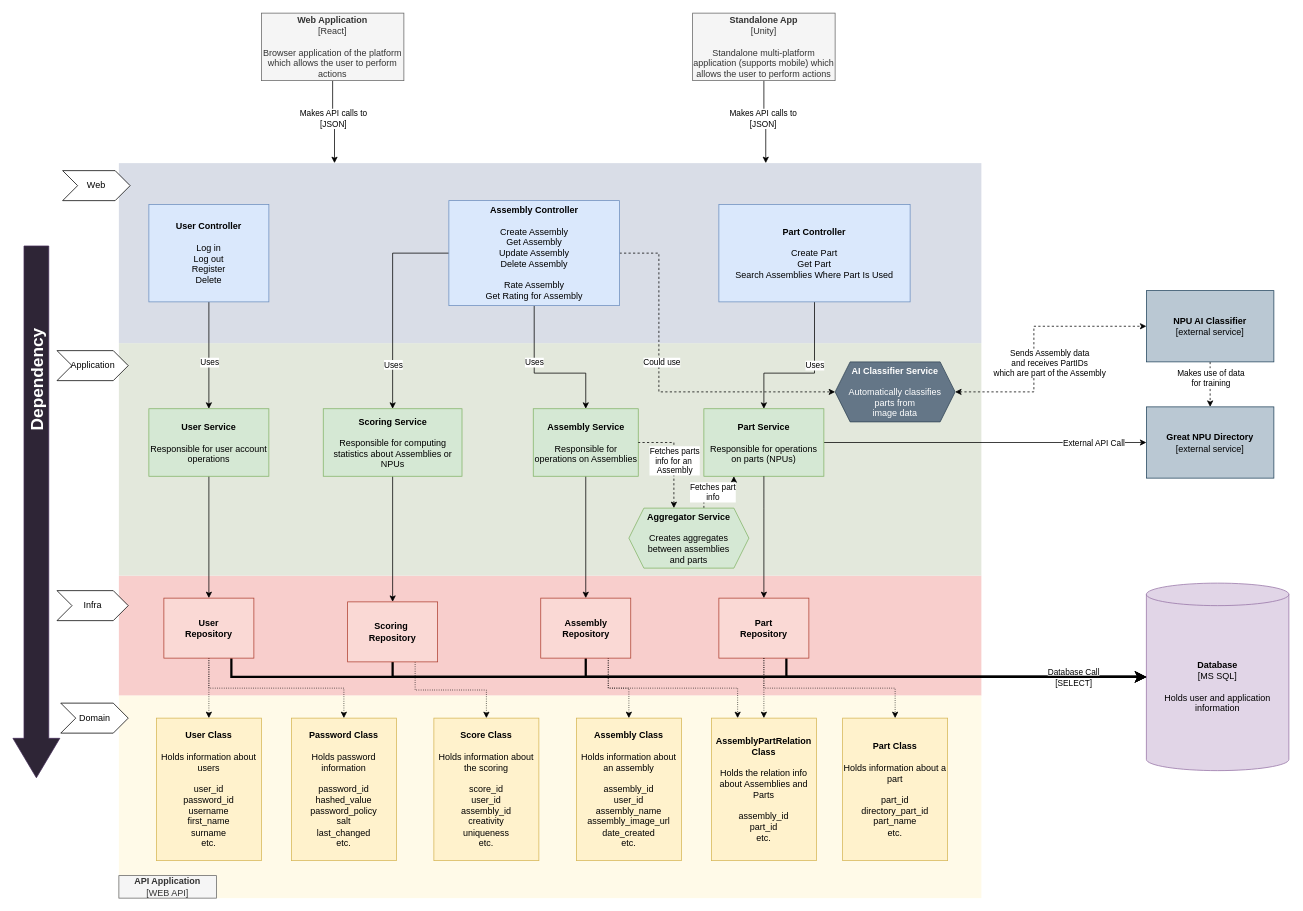
Before: Documentation/Level 3.drawio in rarepops/BrickConnect, a draw.io diagram. Source tidied: cells renumbered, new cells numbered last; positions are measured from the earlier drawing's top-left corner, leaving out a move shared by most shapes. Both pictures are drawn from the tidied source at 75%, with x=0, y=0 at pixel (36, 13).
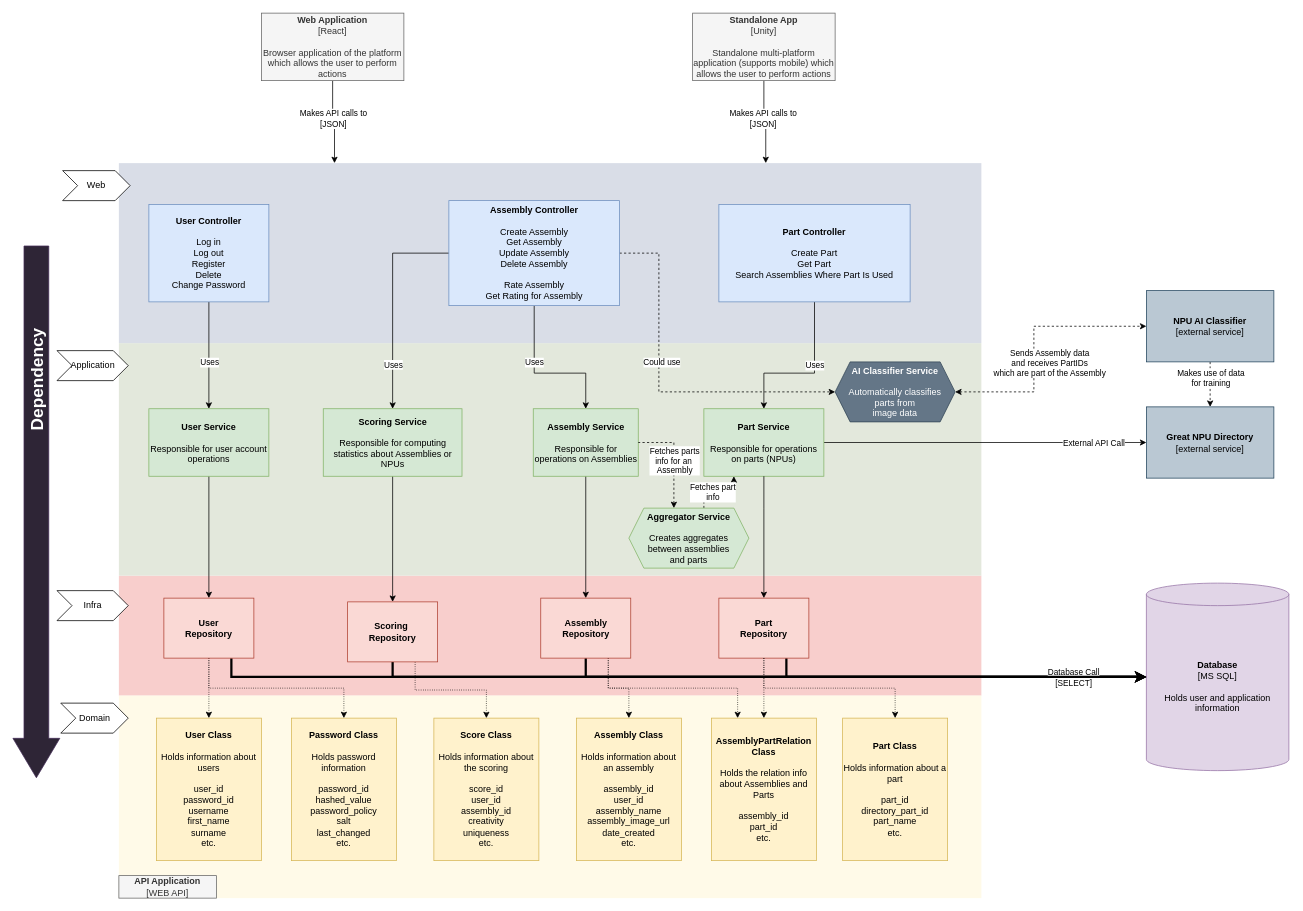
The same diagram, later.

The edit, as a diff of the source:
```diff
@@
-    <mxCell id="16" value="&lt;b&gt;User Controller&lt;/b&gt;&lt;br&gt;&lt;br&gt;Log in&lt;br&gt;Log out&lt;br&gt;Register&lt;br&gt;Delete" style="rounded=0;whiteSpace=wrap;html=1;fillColor=#dae8fc;strokeColor=#6c8ebf;" parent="1" vertex="1">
+    <mxCell id="16" value="&lt;b&gt;User Controller&lt;/b&gt;&lt;br&gt;&lt;br&gt;Log in&lt;br&gt;Log out&lt;br&gt;Register&lt;br&gt;Delete&lt;br&gt;Change Password" style="rounded=0;whiteSpace=wrap;html=1;fillColor=#dae8fc;strokeColor=#6c8ebf;" parent="1" vertex="1">
       <mxGeometry x="150" y="255" width="160" height="130" as="geometry" />
     </mxCell>
```
